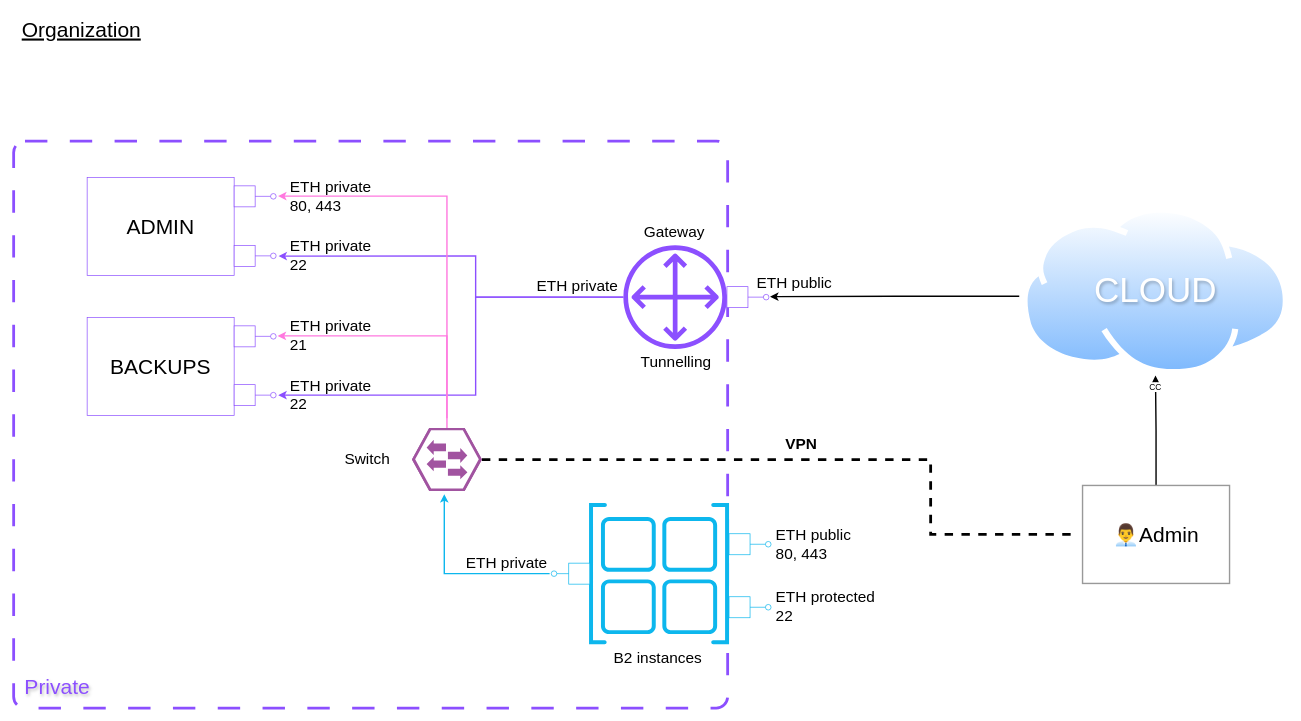
This is doc/Organization.drawio from yesbabylon/b2, a draw.io file, before an edit. Source tidied: cells renumbered, new cells numbered last; positions are measured from the earlier drawing's top-left corner, leaving out a move shared by most shapes. Both pictures are drawn from the tidied source at 70%, with x=0, y=0 at pixel (13, 12).
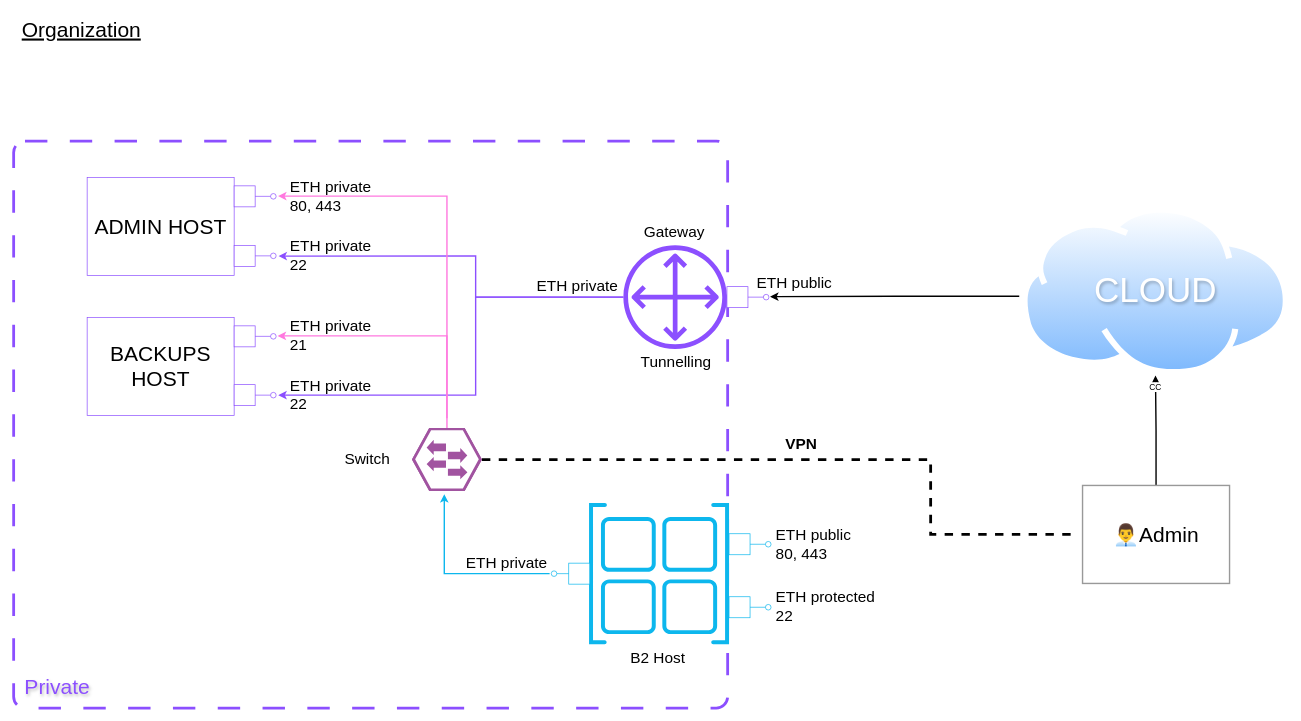
Above is the later version.

Change to the diagram source:
```diff
@@
-    <mxCell id="4" value="ADMIN" style="html=1;whiteSpace=wrap;strokeColor=#8C4FFF;fontSize=30;" parent="1" vertex="1">
+    <mxCell id="4" value="ADMIN HOST" style="html=1;whiteSpace=wrap;strokeColor=#8C4FFF;fontSize=30;" parent="1" vertex="1">
       <mxGeometry x="105" y="236" width="210" height="140" as="geometry" />
     </mxCell>
-    <mxCell id="5" value="BACKUPS" style="html=1;whiteSpace=wrap;strokeColor=#8C4FFF;fontSize=30;" parent="1" vertex="1">
+    <mxCell id="5" value="BACKUPS HOST" style="html=1;whiteSpace=wrap;strokeColor=#8C4FFF;fontSize=30;" parent="1" vertex="1">
       <mxGeometry x="105" y="436" width="210" height="140" as="geometry" />
     </mxCell>
@@
-    <mxCell id="18" value="B2 instances" style="text;strokeColor=none;align=center;fillColor=none;html=1;verticalAlign=middle;whiteSpace=wrap;rounded=0;fontSize=22;" parent="1" vertex="1">
+    <mxCell id="18" value="B2 Host" style="text;strokeColor=none;align=center;fillColor=none;html=1;verticalAlign=middle;whiteSpace=wrap;rounded=0;fontSize=22;" parent="1" vertex="1">
       <mxGeometry x="854" y="895" width="133" height="56" as="geometry" />
     </mxCell>
```
